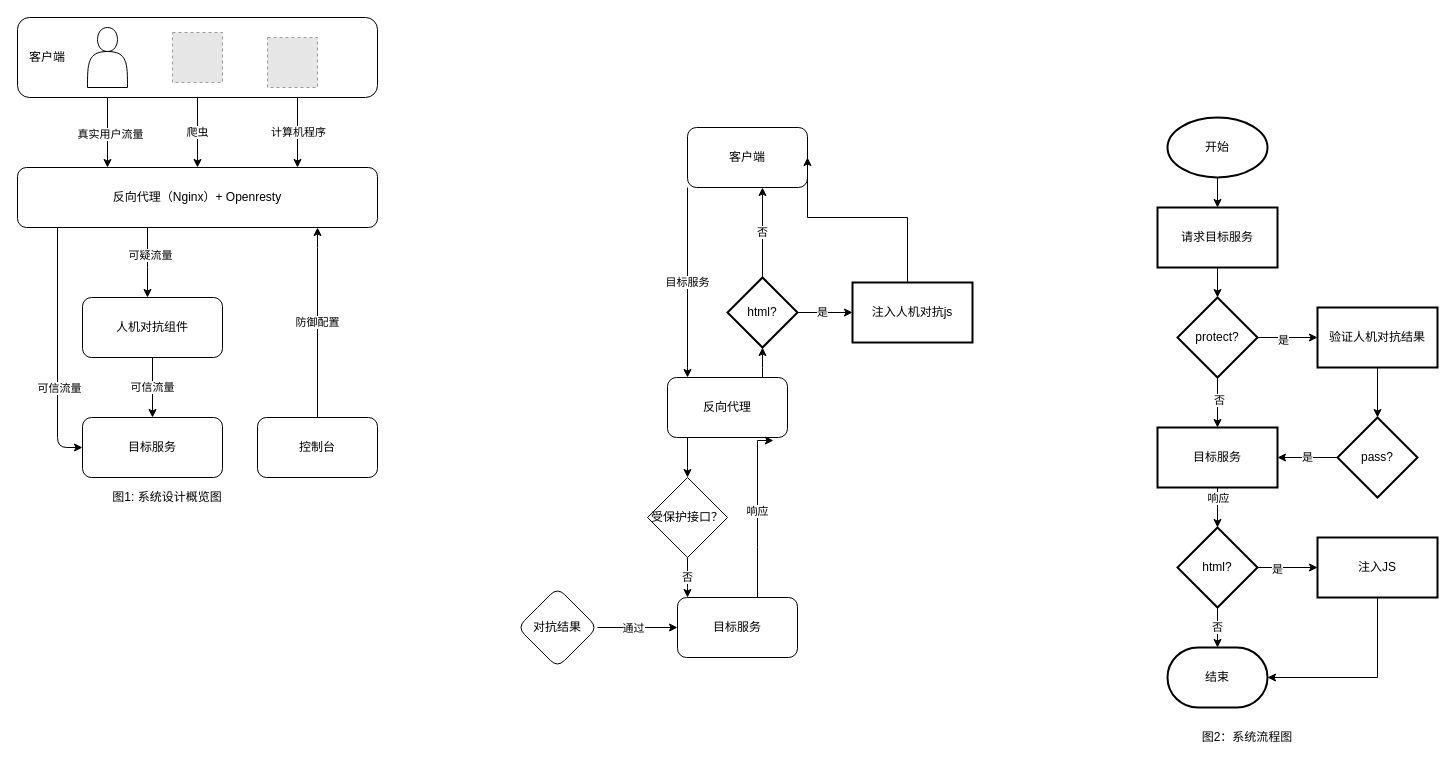
The draw.io diagram page "第 2 页" (2 of 2) of 未命名绘图.drawio in luxiao/luxiao, before the edit. Source tidied: cells renumbered, new cells numbered last; positions are measured from the earlier drawing's top-left corner, leaving out a move shared by most shapes. Both pictures are drawn from the tidied source at 100%, with x=0, y=0 at pixel (17, 17). Pictures stored in the file or linked from it are replaced by grey dashed boxes.
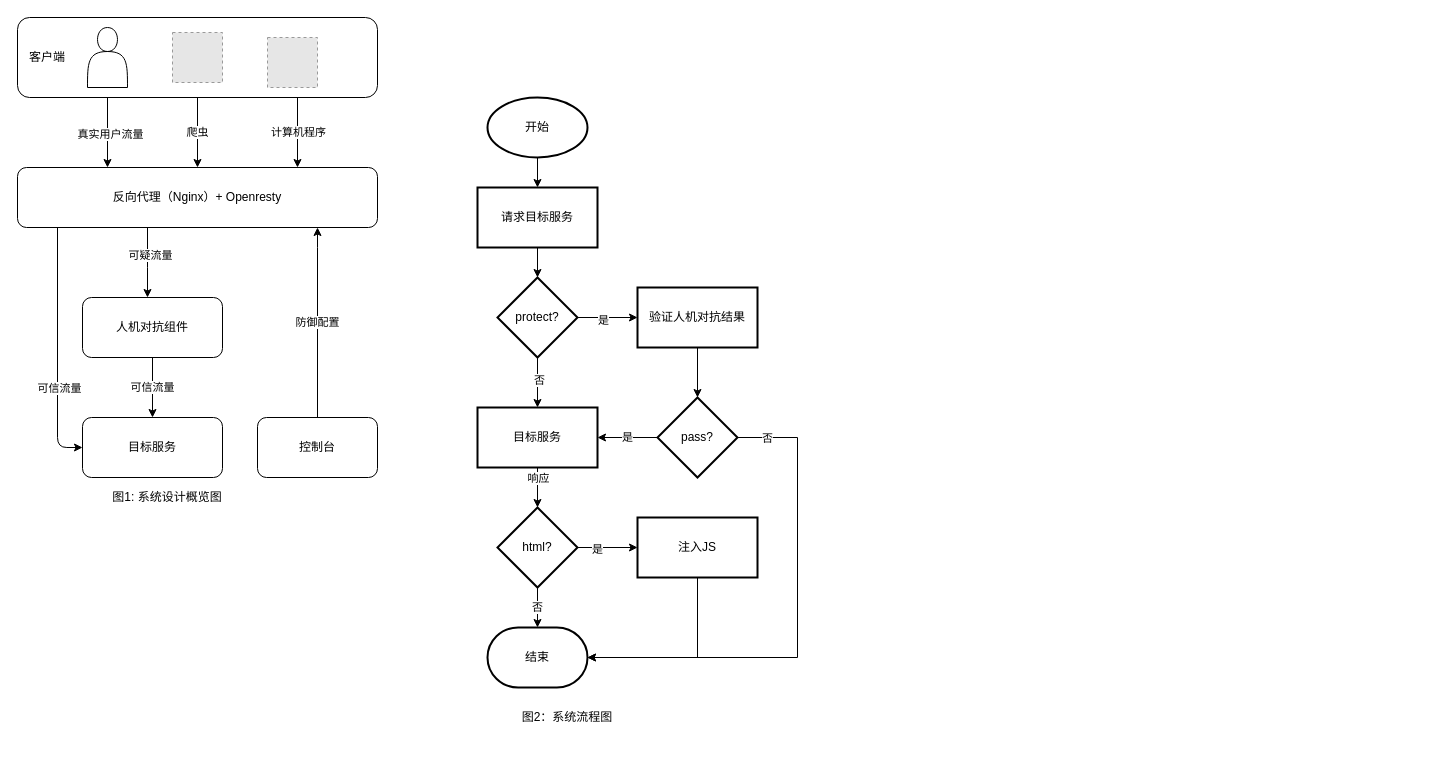
After the change.

Commit message:
更新未命名绘图.drawio

Diff of the diagram source:
```diff
@@
-    <mxCell id="23" style="edgeStyle=orthogonalEdgeStyle;rounded=0;jettySize=auto;html=1;" parent="1" edge="1" source="25" target="29">
-      <mxGeometry relative="1" as="geometry">
-        <Array as="points">
-          <mxPoint x="670" y="450" />
-          <mxPoint x="670" y="450" />
-        </Array>
-      </mxGeometry>
-    </mxCell>
-    <mxCell id="24" style="edgeStyle=orthogonalEdgeStyle;rounded=0;jettySize=auto;html=1;" parent="1" edge="1" source="25" target="38">
-      <mxGeometry relative="1" as="geometry">
-        <Array as="points">
-          <mxPoint x="745" y="350" />
-          <mxPoint x="745" y="350" />
-        </Array>
-      </mxGeometry>
-    </mxCell>
-    <mxCell id="25" value="反向代理" style="rounded=1;whiteSpace=wrap;html=1;" parent="1" vertex="1">
-      <mxGeometry x="650" y="360" width="120" height="60" as="geometry" />
-    </mxCell>
-    <mxCell id="26" value="响应" style="edgeStyle=orthogonalEdgeStyle;rounded=0;jettySize=auto;html=1;entryX=0.883;entryY=1.05;entryDx=0;entryDy=0;entryPerimeter=0;" parent="1" edge="1" source="27" target="25">
-      <mxGeometry relative="1" as="geometry">
-        <Array as="points">
-          <mxPoint x="740" y="530" />
-          <mxPoint x="740" y="530" />
-        </Array>
-      </mxGeometry>
-    </mxCell>
-    <mxCell id="27" value="目标服务" style="rounded=1;whiteSpace=wrap;html=1;" parent="1" vertex="1">
-      <mxGeometry x="660" y="580" width="120" height="60" as="geometry" />
-    </mxCell>
-    <mxCell id="28" value="否" style="edgeStyle=orthogonalEdgeStyle;rounded=0;jettySize=auto;html=1;" parent="1" edge="1" source="29" target="27">
-      <mxGeometry relative="1" as="geometry">
-        <Array as="points">
-          <mxPoint x="670" y="570" />
-          <mxPoint x="670" y="570" />
-        </Array>
-      </mxGeometry>
-    </mxCell>
-    <mxCell id="29" value="受保护接口？" style="rhombus;whiteSpace=wrap;html=1;" parent="1" vertex="1">
-      <mxGeometry x="630" y="460" width="80" height="80" as="geometry" />
-    </mxCell>
-    <mxCell id="30" value="目标服务" style="edgeStyle=orthogonalEdgeStyle;rounded=0;jettySize=auto;html=1;" parent="1" edge="1" source="31" target="25">
-      <mxGeometry relative="1" as="geometry">
-        <Array as="points">
-          <mxPoint x="670" y="350" />
-          <mxPoint x="670" y="350" />
-        </Array>
-      </mxGeometry>
-    </mxCell>
-    <mxCell id="31" value="客户端" style="rounded=1;whiteSpace=wrap;html=1;" parent="1" vertex="1">
-      <mxGeometry x="670" y="110" width="120" height="60" as="geometry" />
-    </mxCell>
-    <mxCell id="32" style="edgeStyle=orthogonalEdgeStyle;rounded=0;jettySize=auto;html=1;" parent="1" edge="1" source="34" target="27">
-      <mxGeometry relative="1" as="geometry" />
-    </mxCell>
-    <mxCell id="33" value="通过" style="edgeLabel;html=1;align=center;verticalAlign=middle;" parent="32" vertex="1">
-      <mxGeometry x="-0.12" relative="1" as="geometry" />
-    </mxCell>
-    <mxCell id="34" value="对抗结果" style="rhombus;whiteSpace=wrap;html=1;rounded=1;" parent="1" vertex="1">
-      <mxGeometry x="500" y="570" width="80" height="80" as="geometry" />
-    </mxCell>
-    <mxCell id="35" value="否" style="edgeStyle=orthogonalEdgeStyle;rounded=0;jettySize=auto;html=1;" parent="1" edge="1" source="38" target="31">
-      <mxGeometry relative="1" as="geometry">
-        <Array as="points">
-          <mxPoint x="745" y="210" />
-          <mxPoint x="745" y="210" />
-        </Array>
-      </mxGeometry>
-    </mxCell>
-    <mxCell id="36" style="edgeStyle=orthogonalEdgeStyle;rounded=0;jettySize=auto;html=1;" parent="1" edge="1" source="38" target="40">
-      <mxGeometry relative="1" as="geometry" />
-    </mxCell>
-    <mxCell id="37" value="是" style="edgeLabel;html=1;align=center;verticalAlign=middle;" parent="36" vertex="1">
-      <mxGeometry x="-0.13" y="1" relative="1" as="geometry" />
-    </mxCell>
-    <mxCell id="38" value="html?" style="strokeWidth=2;html=1;shape=mxgraph.flowchart.decision;whiteSpace=wrap;" parent="1" vertex="1">
-      <mxGeometry x="710" y="260" width="70" height="70" as="geometry" />
-    </mxCell>
-    <mxCell id="39" style="edgeStyle=orthogonalEdgeStyle;rounded=0;jettySize=auto;html=1;entryX=1;entryY=0.5;entryDx=0;entryDy=0;" parent="1" edge="1" source="40" target="31">
-      <mxGeometry relative="1" as="geometry">
-        <Array as="points">
-          <mxPoint x="890" y="200" />
-        </Array>
-      </mxGeometry>
-    </mxCell>
-    <mxCell id="40" value="注入人机对抗js" style="whiteSpace=wrap;html=1;strokeWidth=2;" parent="1" vertex="1">
-      <mxGeometry x="835" y="265" width="120" height="60" as="geometry" />
-    </mxCell>
@@
     <mxCell id="42" value="开始" style="strokeWidth=2;html=1;shape=mxgraph.flowchart.start_1;whiteSpace=wrap;" parent="1" vertex="1">
-      <mxGeometry x="1150" y="100" width="100" height="60" as="geometry" />
+      <mxGeometry x="470" y="80" width="100" height="60" as="geometry" />
     </mxCell>
@@
     <mxCell id="44" value="请求目标服务" style="whiteSpace=wrap;html=1;strokeWidth=2;" parent="1" vertex="1">
-      <mxGeometry x="1140" y="190" width="120" height="60" as="geometry" />
+      <mxGeometry x="460" y="170" width="120" height="60" as="geometry" />
     </mxCell>
@@
     <mxCell id="49" value="protect?" style="rhombus;whiteSpace=wrap;html=1;strokeWidth=2;" parent="1" vertex="1">
-      <mxGeometry x="1160" y="280" width="80" height="80" as="geometry" />
+      <mxGeometry x="480" y="260" width="80" height="80" as="geometry" />
     </mxCell>
@@
     <mxCell id="52" value="目标服务" style="whiteSpace=wrap;html=1;strokeWidth=2;" parent="1" vertex="1">
-      <mxGeometry x="1140" y="410" width="120" height="60" as="geometry" />
+      <mxGeometry x="460" y="390" width="120" height="60" as="geometry" />
     </mxCell>
@@
     <mxCell id="56" value="html?" style="rhombus;whiteSpace=wrap;html=1;strokeWidth=2;" parent="1" vertex="1">
-      <mxGeometry x="1160" y="510" width="80" height="80" as="geometry" />
+      <mxGeometry x="480" y="490" width="80" height="80" as="geometry" />
     </mxCell>
     <mxCell id="57" value="结束" style="strokeWidth=2;html=1;shape=mxgraph.flowchart.terminator;whiteSpace=wrap;" parent="1" vertex="1">
-      <mxGeometry x="1150" y="630" width="100" height="60" as="geometry" />
+      <mxGeometry x="470" y="610" width="100" height="60" as="geometry" />
     </mxCell>
     <mxCell id="58" style="edgeStyle=orthogonalEdgeStyle;rounded=0;jettySize=auto;html=1;entryX=1;entryY=0.5;entryDx=0;entryDy=0;entryPerimeter=0;" parent="1" edge="1" source="59" target="57">
       <mxGeometry relative="1" as="geometry">
         <Array as="points">
-          <mxPoint x="1360" y="660" />
+          <mxPoint x="680" y="640" />
         </Array>
       </mxGeometry>
     </mxCell>
     <mxCell id="59" value="注入JS" style="whiteSpace=wrap;html=1;strokeWidth=2;" parent="1" vertex="1">
-      <mxGeometry x="1300" y="520" width="120" height="60" as="geometry" />
+      <mxGeometry x="620" y="500" width="120" height="60" as="geometry" />
     </mxCell>
@@
     <mxCell id="61" value="验证人机对抗结果" style="whiteSpace=wrap;html=1;strokeWidth=2;" parent="1" vertex="1">
-      <mxGeometry x="1300" y="290" width="120" height="60" as="geometry" />
+      <mxGeometry x="620" y="270" width="120" height="60" as="geometry" />
     </mxCell>
@@
+    <mxCell id="65" style="edgeStyle=orthogonalEdgeStyle;rounded=0;jettySize=auto;html=1;" parent="1" edge="1" source="63">
+      <mxGeometry relative="1" as="geometry">
+        <mxPoint x="570" y="640" as="targetPoint" />
+        <Array as="points">
+          <mxPoint x="780" y="420" />
+          <mxPoint x="780" y="640" />
+        </Array>
+      </mxGeometry>
+    </mxCell>
+    <mxCell id="66" value="否" style="edgeLabel;html=1;align=center;verticalAlign=middle;" parent="65" vertex="1">
+      <mxGeometry x="-0.88" relative="1" as="geometry" />
+    </mxCell>
     <mxCell id="63" value="pass?" style="rhombus;whiteSpace=wrap;html=1;strokeWidth=2;" parent="1" vertex="1">
-      <mxGeometry x="1320" y="400" width="80" height="80" as="geometry" />
+      <mxGeometry x="640" y="380" width="80" height="80" as="geometry" />
     </mxCell>
     <mxCell id="64" value="图2：系统流程图" style="text;html=1;strokeColor=none;fillColor=none;align=center;verticalAlign=middle;whiteSpace=wrap;rounded=0;" parent="1" vertex="1">
-      <mxGeometry x="1170" y="710" width="120" height="20" as="geometry" />
+      <mxGeometry x="490" y="690" width="120" height="20" as="geometry" />
     </mxCell>
```
